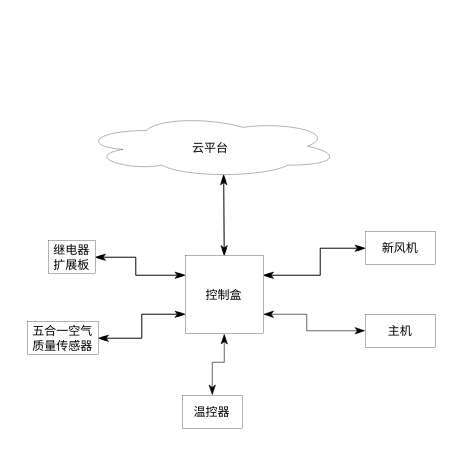
This is 空调五恒控制盒房间架构.drawio from JohnNash23/test, a draw.io file, before an edit. Source tidied: cells renumbered, new cells numbered last; positions are measured from the earlier drawing's top-left corner, leaving out a move shared by most shapes. Both pictures are drawn from the tidied source at 150%, with x=0, y=0 at pixel (27, 114).
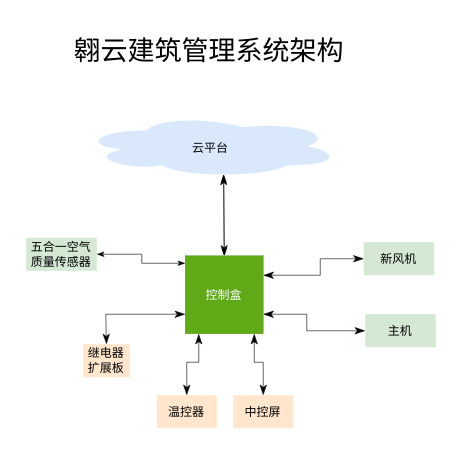
The same diagram, later.

Commit message:
更新空调五恒控制盒房间架构.drawio

Diff of the diagram source:
```diff
@@
-    <mxCell id="2" value="&lt;div style=&quot;font-size: 8px;&quot;&gt;控制盒&lt;/div&gt;" style="whiteSpace=wrap;html=1;strokeWidth=0.2;fontSize=8;" parent="1" vertex="1">
+    <mxCell id="2" value="&lt;div style=&quot;font-size: 8px;&quot;&gt;控制盒&lt;/div&gt;" style="whiteSpace=wrap;html=1;strokeWidth=0.2;fontSize=8;fillColor=#60a917;fontColor=#ffffff;strokeColor=#2D7600;" parent="1" vertex="1">
       <mxGeometry x="105" y="94" width="52" height="52" as="geometry" />
     </mxCell>
-    <mxCell id="3" value="&lt;div&gt;温控器&lt;/div&gt;" style="rounded=0;whiteSpace=wrap;html=1;strokeWidth=0.2;fontSize=8;" parent="1" vertex="1">
-      <mxGeometry x="103" y="187" width="40" height="22" as="geometry" />
+    <mxCell id="3" value="&lt;div&gt;温控器&lt;/div&gt;" style="rounded=0;whiteSpace=wrap;html=1;strokeWidth=0.2;fontSize=8;fillColor=#ffe6cc;strokeColor=none;" parent="1" vertex="1">
+      <mxGeometry x="86" y="187" width="40" height="22" as="geometry" />
     </mxCell>
-    <mxCell id="4" value="&lt;div style=&quot;font-size: 8px&quot;&gt;新风机&lt;/div&gt;" style="rounded=0;whiteSpace=wrap;html=1;strokeWidth=0.2;fontSize=8;" parent="1" vertex="1">
-      <mxGeometry x="225" y="78" width="47" height="22" as="geometry" />
+    <mxCell id="4" value="&lt;div style=&quot;font-size: 8px&quot;&gt;新风机&lt;/div&gt;" style="rounded=0;whiteSpace=wrap;html=1;strokeWidth=0.2;fontSize=8;fillColor=#d5e8d4;strokeColor=none;" parent="1" vertex="1">
+      <mxGeometry x="224" y="85" width="47" height="22" as="geometry" />
     </mxCell>
-    <mxCell id="5" value="继电器扩展板" style="rounded=0;whiteSpace=wrap;html=1;strokeWidth=0.2;fontSize=8;" parent="1" vertex="1">
-      <mxGeometry x="14" y="84" width="31" height="22" as="geometry" />
-    </mxCell>
-    <mxCell id="6" value="&lt;div style=&quot;font-size: 8px&quot;&gt;主机&lt;/div&gt;" style="rounded=0;whiteSpace=wrap;html=1;strokeWidth=0.2;fontSize=8;" parent="1" vertex="1">
+    <mxCell id="6" value="&lt;div style=&quot;font-size: 8px&quot;&gt;主机&lt;/div&gt;" style="rounded=0;whiteSpace=wrap;html=1;strokeWidth=0.2;fontSize=8;fillColor=#d5e8d4;strokeColor=none;" parent="1" vertex="1">
       <mxGeometry x="225" y="133" width="47" height="22" as="geometry" />
     </mxCell>
-    <mxCell id="7" value="五合一空气质量传感器" style="rounded=0;whiteSpace=wrap;html=1;strokeWidth=0.2;fontSize=8;" parent="1" vertex="1">
-      <mxGeometry y="138" width="47" height="22" as="geometry" />
+    <mxCell id="7" value="五合一空气质量传感器" style="rounded=0;whiteSpace=wrap;html=1;strokeWidth=0.2;fontSize=8;fillColor=#d5e8d4;strokeColor=none;" parent="1" vertex="1">
+      <mxGeometry x="-1" y="82" width="47" height="22" as="geometry" />
     </mxCell>
-    <mxCell id="8" value="&lt;div&gt;&lt;font style=&quot;font-size: 8px&quot;&gt;云平台&lt;/font&gt;&lt;/div&gt;" style="ellipse;shape=cloud;whiteSpace=wrap;html=1;strokeWidth=0.2;" parent="1" vertex="1">
+    <mxCell id="8" value="&lt;div&gt;&lt;font style=&quot;font-size: 8px&quot;&gt;云平台&lt;/font&gt;&lt;/div&gt;" style="ellipse;shape=cloud;whiteSpace=wrap;html=1;strokeWidth=0.2;fillColor=#dae8fc;strokeColor=none;" parent="1" vertex="1">
       <mxGeometry x="36" width="172" height="42" as="geometry" />
     </mxCell>
-    <mxCell id="9" style="endArrow=classicThin;html=1;rounded=0;fontSize=8;exitX=1;exitY=0.5;exitDx=0;exitDy=0;entryX=0;entryY=0.75;entryDx=0;entryDy=0;startArrow=classicThin;startFill=1;endFill=1;strokeWidth=0.4;" parent="1" edge="1" source="7" target="2">
-      <mxGeometry relative="1" as="geometry">
-        <Array as="points">
-          <mxPoint x="76" y="149" />
-          <mxPoint x="76" y="133" />
-        </Array>
-      </mxGeometry>
-    </mxCell>
-    <mxCell id="10" style="endArrow=classicThin;html=1;rounded=0;fontSize=8;exitX=0.5;exitY=0;exitDx=0;exitDy=0;entryX=0.5;entryY=1;entryDx=0;entryDy=0;startArrow=classicThin;startFill=1;endFill=1;strokeWidth=0.4;endSize=6;startSize=6;sourcePerimeterSpacing=0;" parent="1" edge="1" source="3" target="2">
+    <mxCell id="10" style="endArrow=classicThin;html=1;rounded=0;fontSize=8;exitX=0.5;exitY=0;exitDx=0;exitDy=0;entryX=0.5;entryY=1;entryDx=0;entryDy=0;startArrow=classicThin;startFill=1;endFill=1;strokeWidth=0.4;endSize=6;startSize=6;sourcePerimeterSpacing=0;" parent="1" edge="1" source="3">
       <mxGeometry relative="1" as="geometry">
+        <mxPoint x="114" y="146" as="targetPoint" />
         <Array as="points">
-          <mxPoint x="123" y="165" />
-          <mxPoint x="131" y="165" />
+          <mxPoint x="106" y="165" />
+          <mxPoint x="114" y="165" />
         </Array>
       </mxGeometry>
     </mxCell>
@@
     <mxCell id="12" style="endArrow=classicThin;html=1;rounded=0;fontSize=8;exitX=1;exitY=0.25;exitDx=0;exitDy=0;entryX=0;entryY=0.5;entryDx=0;entryDy=0;startArrow=classicThin;startFill=1;endFill=1;strokeWidth=0.4;" parent="1" edge="1" source="2" target="4">
       <mxGeometry relative="1" as="geometry">
         <Array as="points">
           <mxPoint x="195" y="107" />
-          <mxPoint x="195" y="89" />
+          <mxPoint x="195" y="96" />
         </Array>
       </mxGeometry>
     </mxCell>
@@
+    <mxCell id="15" style="endArrow=classicThin;html=1;rounded=0;fontSize=8;exitX=0.5;exitY=0;exitDx=0;exitDy=0;entryX=0.55;entryY=0.95;entryDx=0;entryDy=0;entryPerimeter=0;startArrow=classicThin;startFill=1;endFill=1;strokeWidth=0.4;endSize=4;startSize=4;" parent="1" edge="1">
+      <mxGeometry relative="1" as="geometry">
+        <mxPoint x="131" y="94" as="sourcePoint" />
+        <mxPoint x="130.6" y="39.9" as="targetPoint" />
+      </mxGeometry>
+    </mxCell>
+    <mxCell id="17" style="endArrow=classicThin;html=1;rounded=0;fontSize=8;exitX=1;exitY=0.5;exitDx=0;exitDy=0;entryX=0;entryY=0.75;entryDx=0;entryDy=0;startArrow=classicThin;startFill=1;endFill=1;strokeWidth=0.4;endSize=4;startSize=4;" parent="1" edge="1" source="7">
+      <mxGeometry relative="1" as="geometry">
+        <mxPoint x="105" y="99" as="targetPoint" />
+        <Array as="points">
+          <mxPoint x="76" y="93" />
+          <mxPoint x="76" y="99" />
+        </Array>
+      </mxGeometry>
+    </mxCell>
+    <mxCell id="19" value="中控屏" style="rounded=0;whiteSpace=wrap;html=1;strokeWidth=0.2;fontSize=8;fillColor=#ffe6cc;strokeColor=none;" parent="1" vertex="1">
+      <mxGeometry x="137" y="187" width="40" height="22" as="geometry" />
+    </mxCell>
+    <mxCell id="20" style="endArrow=classicThin;html=1;rounded=0;fontSize=8;exitX=0.5;exitY=0;exitDx=0;exitDy=0;entryX=0.5;entryY=1;entryDx=0;entryDy=0;startArrow=classicThin;startFill=1;endFill=1;strokeWidth=0.4;endSize=6;startSize=6;sourcePerimeterSpacing=0;" parent="1" edge="1" source="19">
+      <mxGeometry relative="1" as="geometry">
+        <mxPoint x="151" y="146" as="targetPoint" />
+        <Array as="points">
+          <mxPoint x="157" y="165" />
+          <mxPoint x="151" y="165" />
+        </Array>
+      </mxGeometry>
+    </mxCell>
+    <mxCell id="5" value="继电器扩展板" style="rounded=0;whiteSpace=wrap;html=1;strokeWidth=0.2;fontSize=8;fillColor=#ffe6cc;strokeColor=none;" parent="1" vertex="1">
+      <mxGeometry x="37" y="153" width="31" height="22" as="geometry" />
+    </mxCell>
-    <mxCell id="14" style="endArrow=classicThin;startArrow=classicThin;html=1;rounded=0;fontSize=8;exitX=1;exitY=0.5;exitDx=0;exitDy=0;entryX=0;entryY=0.25;entryDx=0;entryDy=0;startFill=1;endFill=1;strokeWidth=0.4;" parent="1" edge="1" source="5" target="2">
+    <mxCell id="14" style="endArrow=classicThin;startArrow=classicThin;html=1;rounded=0;entryX=0;entryY=0.75;entryDx=0;entryDy=0;exitX=0.5;exitY=0;exitDx=0;exitDy=0;fontSize=8;startFill=1;endFill=1;strokeWidth=0.4;" parent="1" edge="1" source="5" target="2">
       <mxGeometry relative="1" as="geometry">
         <Array as="points">
-          <mxPoint x="72" y="95" />
-          <mxPoint x="72" y="107" />
+          <mxPoint x="52" y="133" />
         </Array>
       </mxGeometry>
     </mxCell>
-    <mxCell id="15" style="endArrow=classicThin;html=1;rounded=0;fontSize=8;exitX=0.5;exitY=0;exitDx=0;exitDy=0;entryX=0.55;entryY=0.95;entryDx=0;entryDy=0;entryPerimeter=0;startArrow=classicThin;startFill=1;endFill=1;strokeWidth=0.4;endSize=4;startSize=4;" parent="1" edge="1">
-      <mxGeometry relative="1" as="geometry">
-        <mxPoint x="131" y="94" as="sourcePoint" />
-        <mxPoint x="130.6" y="39.9" as="targetPoint" />
-      </mxGeometry>
-    </mxCell>
-    <mxCell id="16" style="endArrow=classicThin;startArrow=classicThin;html=1;rounded=0;fontSize=8;exitX=1;exitY=0.5;exitDx=0;exitDy=0;entryX=0;entryY=0.25;entryDx=0;entryDy=0;startFill=1;endFill=1;strokeWidth=0.4;endSize=4;startSize=4;" parent="1" edge="1">
-      <mxGeometry relative="1" as="geometry">
-        <mxPoint x="45" y="95" as="sourcePoint" />
-        <mxPoint x="105" y="107" as="targetPoint" />
-        <Array as="points">
-          <mxPoint x="72" y="95" />
-          <mxPoint x="72" y="107" />
-        </Array>
-      </mxGeometry>
-    </mxCell>
-    <mxCell id="17" style="endArrow=classicThin;html=1;rounded=0;fontSize=8;exitX=1;exitY=0.5;exitDx=0;exitDy=0;entryX=0;entryY=0.75;entryDx=0;entryDy=0;startArrow=classicThin;startFill=1;endFill=1;strokeWidth=0.4;endSize=4;startSize=4;" parent="1" edge="1">
-      <mxGeometry relative="1" as="geometry">
-        <mxPoint x="47" y="149" as="sourcePoint" />
-        <mxPoint x="105" y="133" as="targetPoint" />
-        <Array as="points">
-          <mxPoint x="76" y="149" />
-          <mxPoint x="76" y="133" />
-        </Array>
-      </mxGeometry>
-    </mxCell>
-    <mxCell id="18" style="endArrow=classicThin;html=1;rounded=0;fontSize=8;exitX=1;exitY=0.25;exitDx=0;exitDy=0;entryX=0;entryY=0.5;entryDx=0;entryDy=0;startArrow=classicThin;startFill=1;endFill=1;strokeWidth=0.4;endSize=4;startSize=4;" parent="1" edge="1">
-      <mxGeometry relative="1" as="geometry">
-        <mxPoint x="157" y="107" as="sourcePoint" />
-        <mxPoint x="225" y="89" as="targetPoint" />
-        <Array as="points">
-          <mxPoint x="195" y="107" />
-          <mxPoint x="195" y="89" />
-        </Array>
-      </mxGeometry>
-    </mxCell>
+    <mxCell id="21" value="&lt;div&gt;&lt;font style=&quot;font-size: 18px&quot;&gt;翱云建筑管理系统架构&lt;/font&gt;&lt;/div&gt;" style="text;whiteSpace=wrap;html=1;" parent="1" vertex="1">
+      <mxGeometry x="29" y="-59" width="204" height="20" as="geometry" />
+    </mxCell>
```
